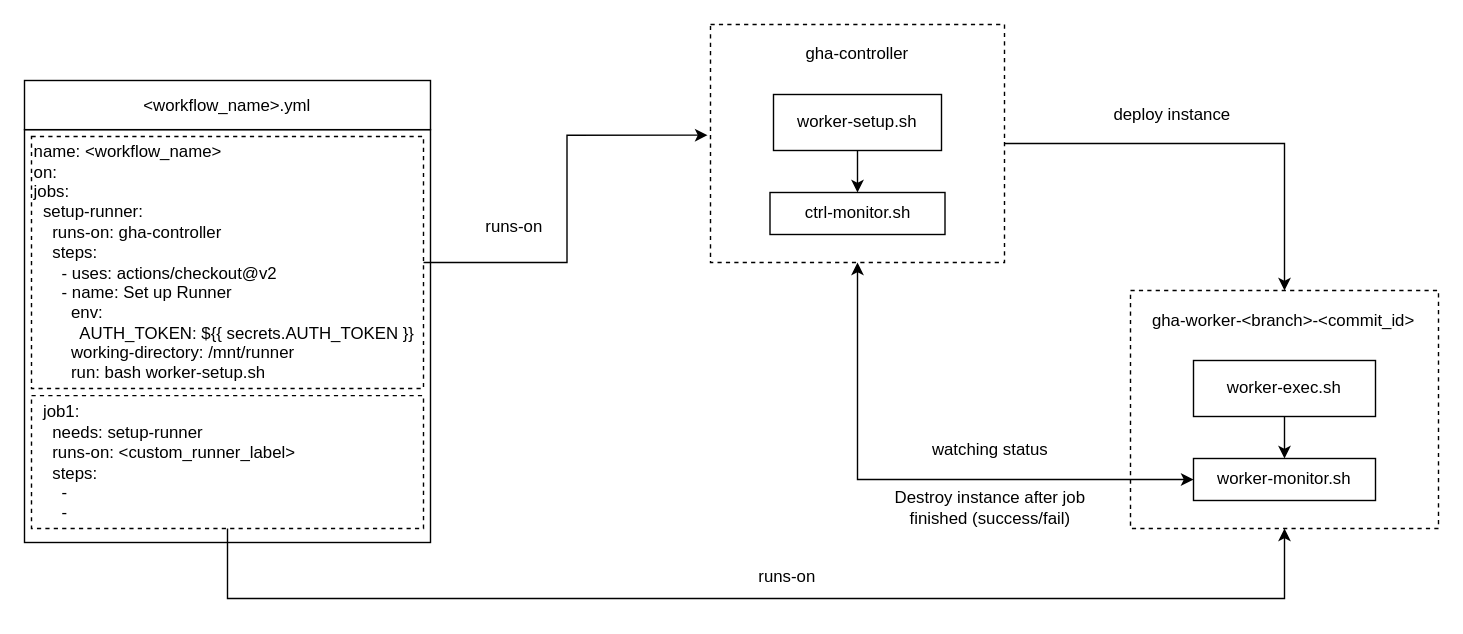
This is Dynamic Runner Github.drawio from atwatanmalikm/github-dynamic-runner, a draw.io file, before an edit. Source tidied: cells renumbered, new cells numbered last; positions are measured from the earlier drawing's top-left corner, leaving out a move shared by most shapes. Both pictures are drawn from the tidied source at 140%, with x=0, y=0 at pixel (24, 24).
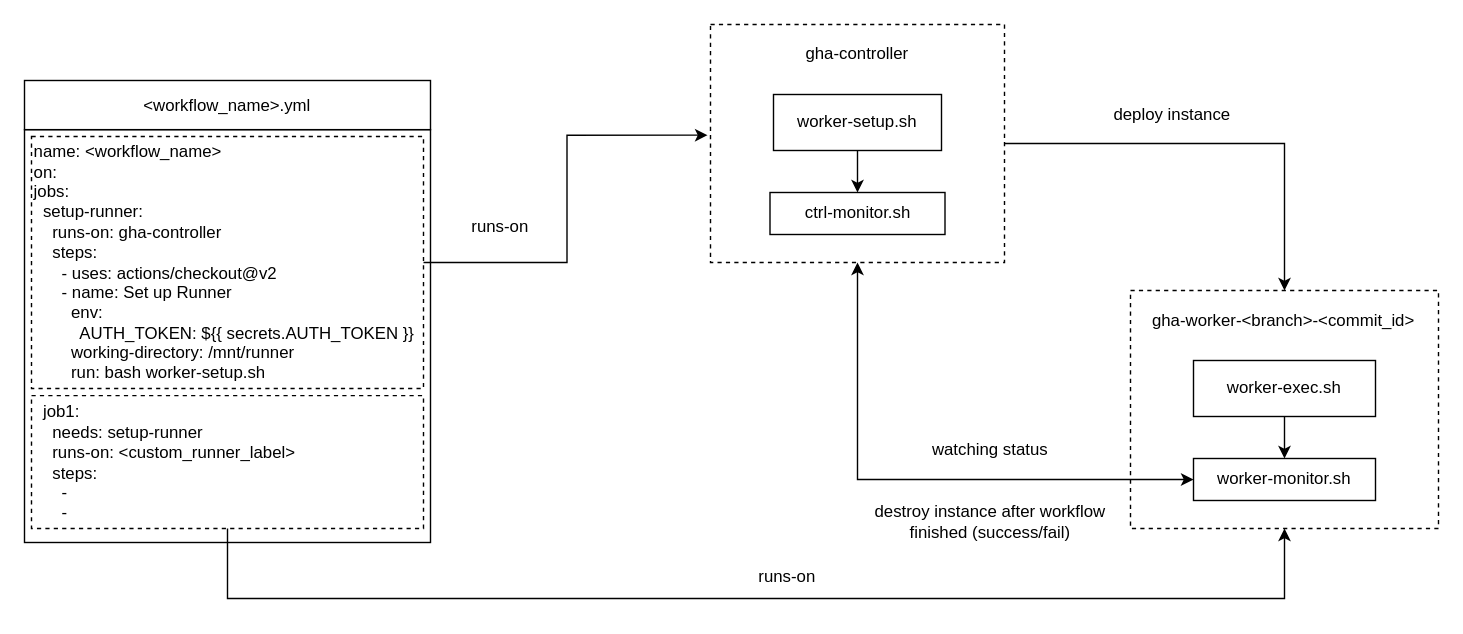
Above is the later version.

Change to the diagram source:
```diff
@@
     <mxCell id="23" value="runs-on" style="text;html=1;strokeColor=none;fillColor=none;align=center;verticalAlign=middle;whiteSpace=wrap;rounded=0;dashed=1;" parent="1" vertex="1">
-      <mxGeometry x="320" y="130" width="60" height="30" as="geometry" />
+      <mxGeometry x="310" y="130" width="60" height="30" as="geometry" />
     </mxCell>
@@
-    <mxCell id="27" value="Destroy instance after job finished (success/fail)" style="text;html=1;strokeColor=none;fillColor=none;align=center;verticalAlign=middle;whiteSpace=wrap;rounded=0;dashed=1;" parent="1" vertex="1">
-      <mxGeometry x="610" y="330" width="160" height="30" as="geometry" />
+    <mxCell id="27" value="destroy instance after workflow finished (success/fail)" style="text;html=1;strokeColor=none;fillColor=none;align=center;verticalAlign=middle;whiteSpace=wrap;rounded=0;dashed=1;" parent="1" vertex="1">
+      <mxGeometry x="600" y="340" width="180" height="30" as="geometry" />
     </mxCell>
```
